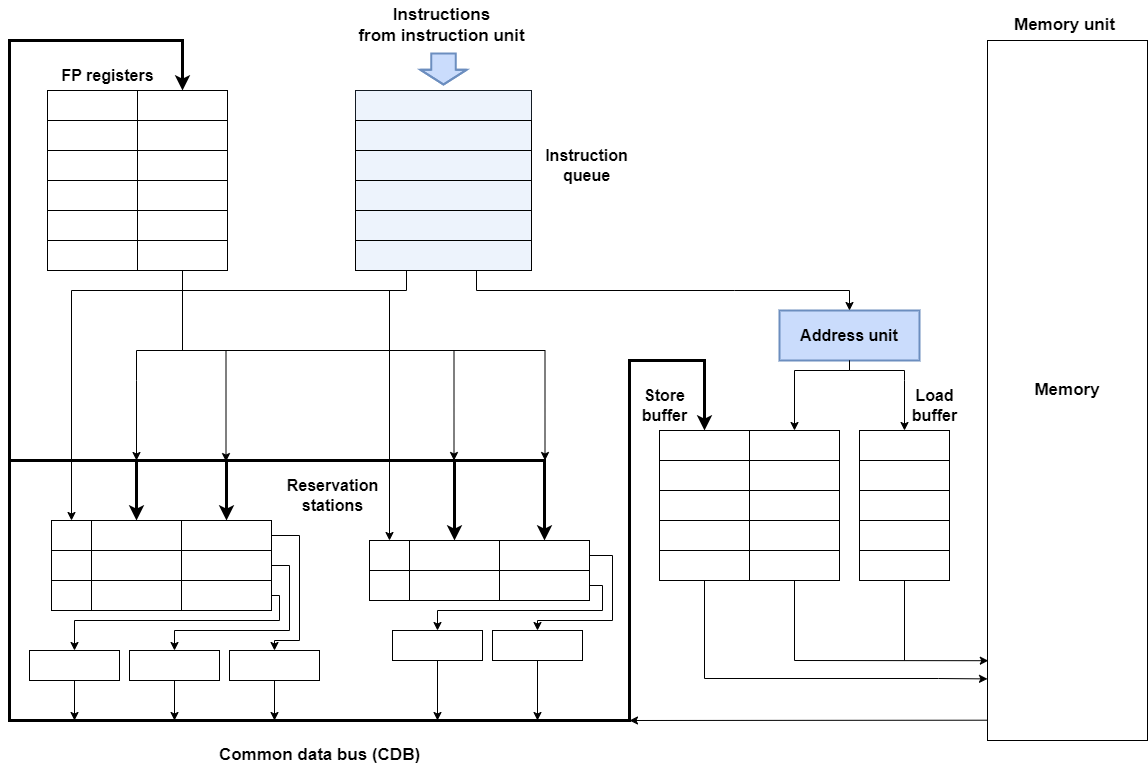
Earlier version of the draw.io export img/tomasulo.png (AnjaTanovic/Tomasulo-based-RISC-V-simulator). Source tidied: cells renumbered, new cells last; positions are measured from the earlier drawing's top-left corner, leaving out a move shared by most shapes.
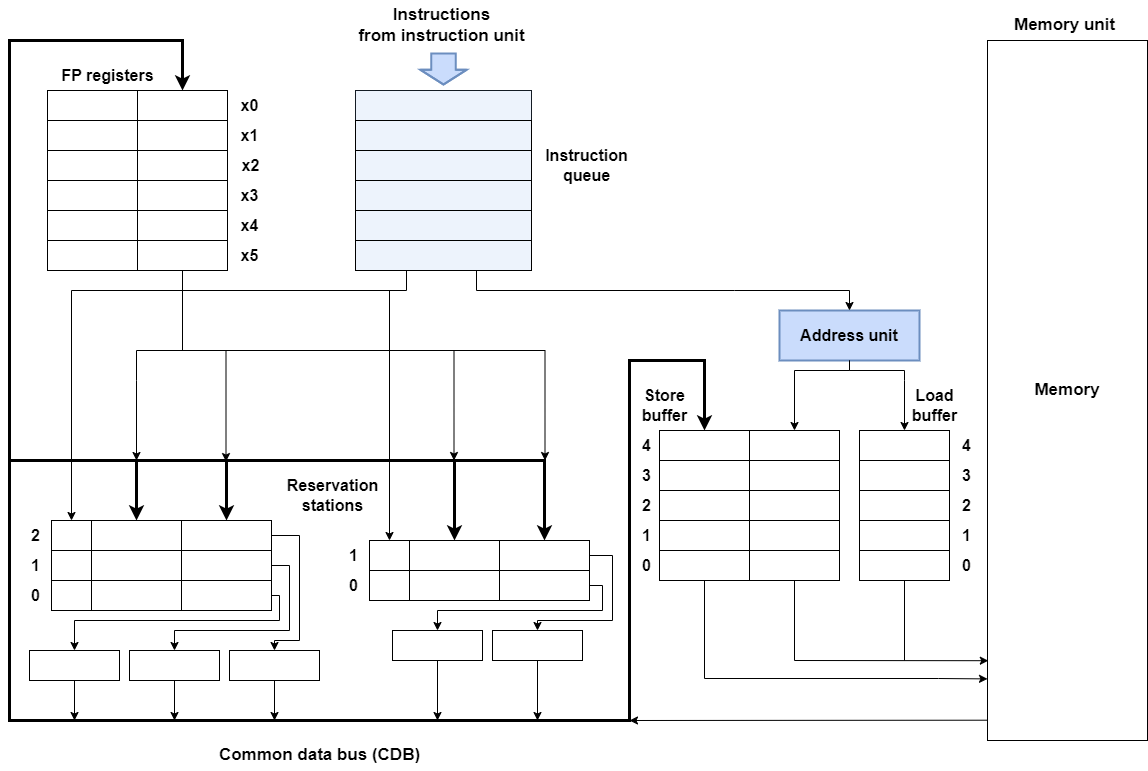
The same diagram one commit later.

Change to the diagram source:
```diff
@@ -419,5 +419,68 @@
         </Array>
       </mxGeometry>
     </mxCell>
+    <mxCell id="94" value="&lt;span style=&quot;font-size: 16px;&quot;&gt;&lt;b&gt;x0&lt;br&gt;&lt;/b&gt;&lt;/span&gt;" style="text;html=1;align=center;verticalAlign=middle;strokeColor=none;fillColor=none;" parent="1" vertex="1">
+      <mxGeometry x="218" y="88.5" width="44" height="33" as="geometry" />
+    </mxCell>
+    <mxCell id="95" value="&lt;span style=&quot;font-size: 16px;&quot;&gt;&lt;b&gt;x1&lt;br&gt;&lt;/b&gt;&lt;/span&gt;" style="text;html=1;align=center;verticalAlign=middle;strokeColor=none;fillColor=none;" parent="1" vertex="1">
+      <mxGeometry x="218" y="118.5" width="44" height="33" as="geometry" />
+    </mxCell>
+    <mxCell id="96" value="&lt;span style=&quot;font-size: 16px;&quot;&gt;&lt;b&gt;x2&lt;br&gt;&lt;/b&gt;&lt;/span&gt;" style="text;html=1;align=center;verticalAlign=middle;strokeColor=none;fillColor=none;" parent="1" vertex="1">
+      <mxGeometry x="219" y="148.5" width="44" height="33" as="geometry" />
+    </mxCell>
+    <mxCell id="97" value="&lt;span style=&quot;font-size: 16px;&quot;&gt;&lt;b&gt;x3&lt;br&gt;&lt;/b&gt;&lt;/span&gt;" style="text;html=1;align=center;verticalAlign=middle;strokeColor=none;fillColor=none;" parent="1" vertex="1">
+      <mxGeometry x="218" y="178.5" width="44" height="33" as="geometry" />
+    </mxCell>
+    <mxCell id="98" value="&lt;span style=&quot;font-size: 16px;&quot;&gt;&lt;b&gt;x4&lt;br&gt;&lt;/b&gt;&lt;/span&gt;" style="text;html=1;align=center;verticalAlign=middle;strokeColor=none;fillColor=none;" parent="1" vertex="1">
+      <mxGeometry x="218" y="208.5" width="44" height="33" as="geometry" />
+    </mxCell>
+    <mxCell id="99" value="&lt;span style=&quot;font-size: 16px;&quot;&gt;&lt;b&gt;x5&lt;br&gt;&lt;/b&gt;&lt;/span&gt;" style="text;html=1;align=center;verticalAlign=middle;strokeColor=none;fillColor=none;" parent="1" vertex="1">
+      <mxGeometry x="218" y="238.5" width="44" height="33" as="geometry" />
+    </mxCell>
+    <mxCell id="100" value="&lt;span style=&quot;font-size: 16px;&quot;&gt;&lt;b&gt;4&lt;br&gt;&lt;/b&gt;&lt;/span&gt;" style="text;html=1;align=center;verticalAlign=middle;strokeColor=none;fillColor=none;" parent="1" vertex="1">
+      <mxGeometry x="940" y="428.5" width="33" height="33" as="geometry" />
+    </mxCell>
+    <mxCell id="101" value="&lt;span style=&quot;font-size: 16px;&quot;&gt;&lt;b&gt;0&lt;br&gt;&lt;/b&gt;&lt;/span&gt;" style="text;html=1;align=center;verticalAlign=middle;strokeColor=none;fillColor=none;" parent="1" vertex="1">
+      <mxGeometry x="940" y="548.5" width="33" height="33" as="geometry" />
+    </mxCell>
+    <mxCell id="102" value="&lt;span style=&quot;font-size: 16px;&quot;&gt;&lt;b&gt;1&lt;br&gt;&lt;/b&gt;&lt;/span&gt;" style="text;html=1;align=center;verticalAlign=middle;strokeColor=none;fillColor=none;" parent="1" vertex="1">
+      <mxGeometry x="940" y="518.5" width="33" height="33" as="geometry" />
+    </mxCell>
+    <mxCell id="103" value="&lt;span style=&quot;font-size: 16px;&quot;&gt;&lt;b&gt;2&lt;br&gt;&lt;/b&gt;&lt;/span&gt;" style="text;html=1;align=center;verticalAlign=middle;strokeColor=none;fillColor=none;" parent="1" vertex="1">
+      <mxGeometry x="940" y="488.5" width="33" height="33" as="geometry" />
+    </mxCell>
+    <mxCell id="104" value="&lt;span style=&quot;font-size: 16px;&quot;&gt;&lt;b&gt;3&lt;br&gt;&lt;/b&gt;&lt;/span&gt;" style="text;html=1;align=center;verticalAlign=middle;strokeColor=none;fillColor=none;" parent="1" vertex="1">
+      <mxGeometry x="940" y="458.5" width="33" height="33" as="geometry" />
+    </mxCell>
+    <mxCell id="105" value="&lt;span style=&quot;font-size: 16px;&quot;&gt;&lt;b&gt;4&lt;br&gt;&lt;/b&gt;&lt;/span&gt;" style="text;html=1;align=center;verticalAlign=middle;strokeColor=none;fillColor=none;" parent="1" vertex="1">
+      <mxGeometry x="620" y="428.5" width="33" height="33" as="geometry" />
+    </mxCell>
+    <mxCell id="106" value="&lt;span style=&quot;font-size: 16px;&quot;&gt;&lt;b&gt;0&lt;br&gt;&lt;/b&gt;&lt;/span&gt;" style="text;html=1;align=center;verticalAlign=middle;strokeColor=none;fillColor=none;" parent="1" vertex="1">
+      <mxGeometry x="620" y="548.5" width="33" height="33" as="geometry" />
+    </mxCell>
+    <mxCell id="107" value="&lt;span style=&quot;font-size: 16px;&quot;&gt;&lt;b&gt;1&lt;br&gt;&lt;/b&gt;&lt;/span&gt;" style="text;html=1;align=center;verticalAlign=middle;strokeColor=none;fillColor=none;" parent="1" vertex="1">
+      <mxGeometry x="620" y="518.5" width="33" height="33" as="geometry" />
+    </mxCell>
+    <mxCell id="108" value="&lt;span style=&quot;font-size: 16px;&quot;&gt;&lt;b&gt;2&lt;br&gt;&lt;/b&gt;&lt;/span&gt;" style="text;html=1;align=center;verticalAlign=middle;strokeColor=none;fillColor=none;" parent="1" vertex="1">
+      <mxGeometry x="620" y="488.5" width="33" height="33" as="geometry" />
+    </mxCell>
+    <mxCell id="109" value="&lt;span style=&quot;font-size: 16px;&quot;&gt;&lt;b&gt;3&lt;br&gt;&lt;/b&gt;&lt;/span&gt;" style="text;html=1;align=center;verticalAlign=middle;strokeColor=none;fillColor=none;" parent="1" vertex="1">
+      <mxGeometry x="620" y="458.5" width="33" height="33" as="geometry" />
+    </mxCell>
+    <mxCell id="110" value="&lt;span style=&quot;font-size: 16px;&quot;&gt;&lt;b&gt;0&lt;br&gt;&lt;/b&gt;&lt;/span&gt;" style="text;html=1;align=center;verticalAlign=middle;strokeColor=none;fillColor=none;" parent="1" vertex="1">
+      <mxGeometry x="327" y="568.5" width="33" height="33" as="geometry" />
+    </mxCell>
+    <mxCell id="111" value="&lt;span style=&quot;font-size: 16px;&quot;&gt;&lt;b&gt;1&lt;br&gt;&lt;/b&gt;&lt;/span&gt;" style="text;html=1;align=center;verticalAlign=middle;strokeColor=none;fillColor=none;" parent="1" vertex="1">
+      <mxGeometry x="327" y="538.5" width="33" height="33" as="geometry" />
+    </mxCell>
+    <mxCell id="112" value="&lt;span style=&quot;font-size: 16px;&quot;&gt;&lt;b&gt;0&lt;br&gt;&lt;/b&gt;&lt;/span&gt;" style="text;html=1;align=center;verticalAlign=middle;strokeColor=none;fillColor=none;" parent="1" vertex="1">
+      <mxGeometry x="9" y="578.5" width="33" height="33" as="geometry" />
+    </mxCell>
+    <mxCell id="113" value="&lt;span style=&quot;font-size: 16px;&quot;&gt;&lt;b&gt;1&lt;br&gt;&lt;/b&gt;&lt;/span&gt;" style="text;html=1;align=center;verticalAlign=middle;strokeColor=none;fillColor=none;" parent="1" vertex="1">
+      <mxGeometry x="9" y="548.5" width="33" height="33" as="geometry" />
+    </mxCell>
+    <mxCell id="114" value="&lt;span style=&quot;font-size: 16px;&quot;&gt;&lt;b&gt;2&lt;br&gt;&lt;/b&gt;&lt;/span&gt;" style="text;html=1;align=center;verticalAlign=middle;strokeColor=none;fillColor=none;" parent="1" vertex="1">
+      <mxGeometry x="9" y="518.5" width="33" height="33" as="geometry" />
+    </mxCell>
   </root>
 </mxGraphModel>
```
